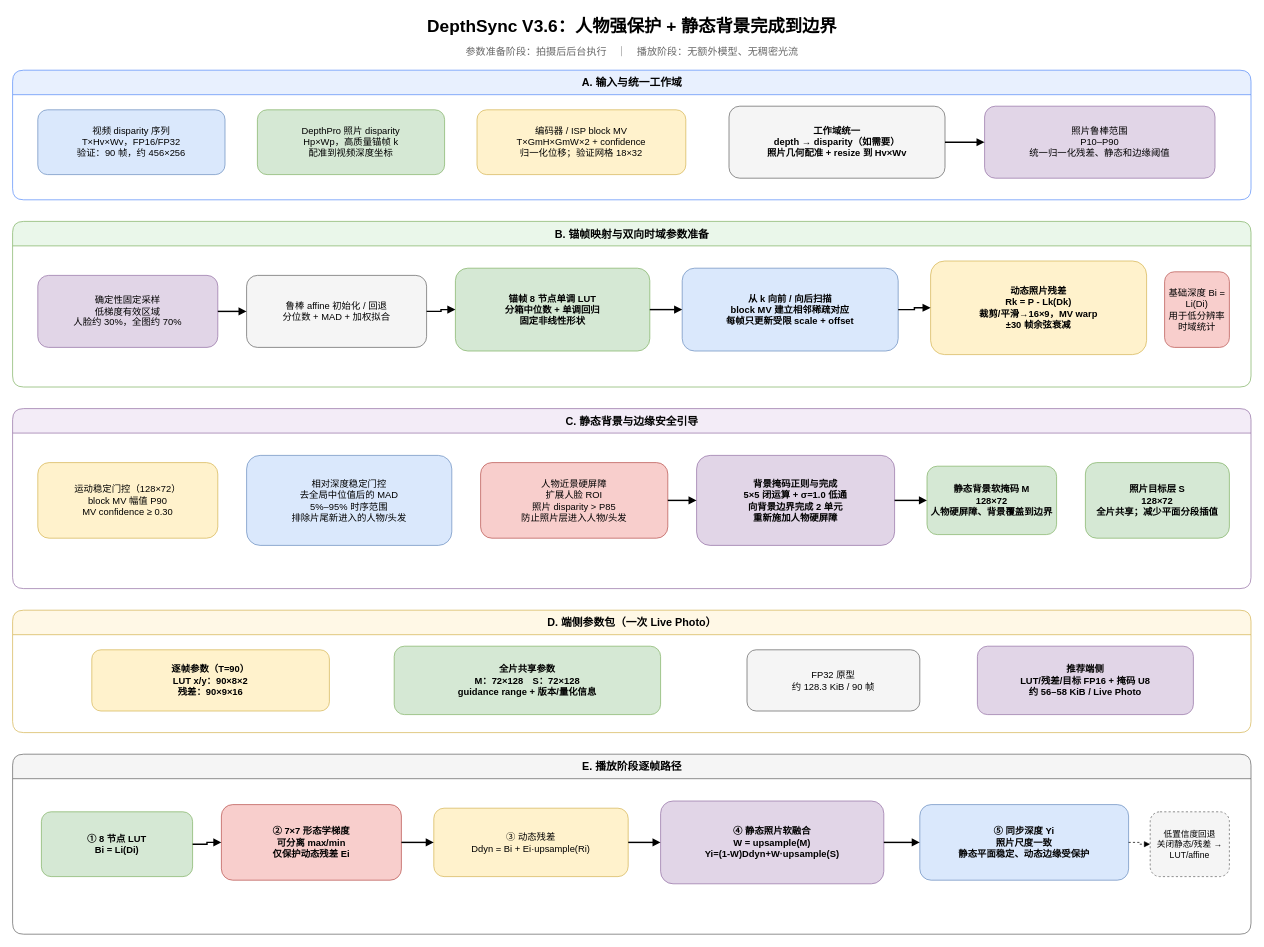
Earlier version of the draw.io diagram docs/depthsync-flow.drawio (luckystone60/DepthSync). Source tidied: cells renumbered, new cells numbered last; positions are measured from the earlier drawing's top-left corner, leaving out a move shared by most shapes. Both pictures are drawn from the tidied source at 72%, with x=0, y=0 at pixel (12, 12).
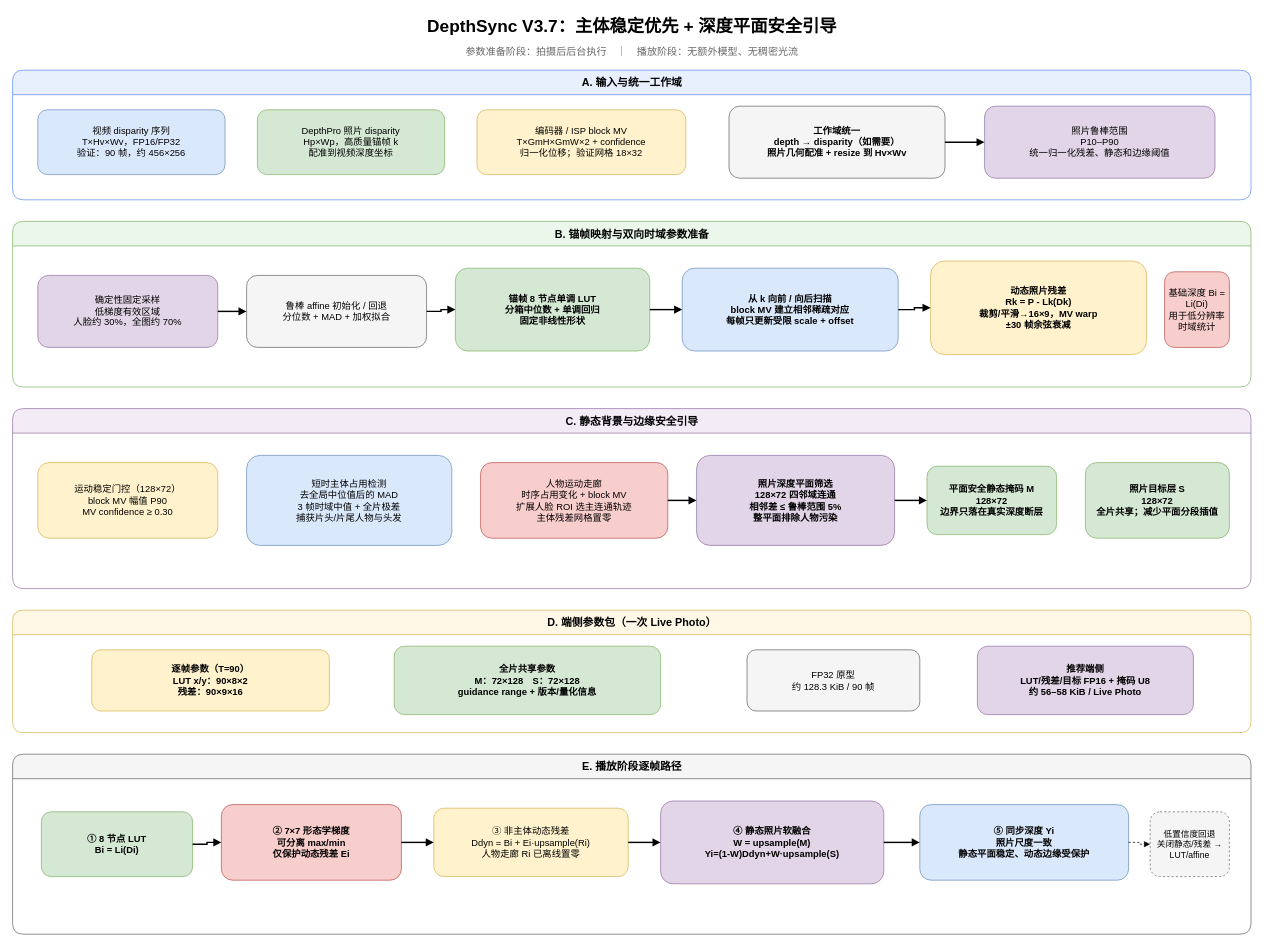
After the change.

Unchanged cells that the change refers to:
```xml
<mxCell id="17" value="C. 静态背景与边缘安全引导" style="swimlane;html=1;startSize=34;rounded=1;fillColor=#F3ECF7;strokeColor=#9673A6;fontStyle=1;fontSize=15;" parent="1" vertex="1">
  <mxGeometry y="550" width="1720" height="250" as="geometry" />
</mxCell>
<mxCell id="29" value="E. 播放阶段逐帧路径" style="swimlane;html=1;startSize=34;rounded=1;fillColor=#F5F5F5;strokeColor=#666666;fontStyle=1;fontSize=15;" parent="1" vertex="1">
  <mxGeometry y="1030" width="1720" height="250" as="geometry" />
</mxCell>
```

The edit, as a diff of the source:
```diff
@@
-    <mxCell id="2" value="DepthSync V3.6：人物强保护 + 静态背景完成到边界" style="text;html=1;strokeColor=none;fillColor=none;align=center;verticalAlign=middle;fontSize=24;fontStyle=1;" parent="1" vertex="1">
+    <mxCell id="2" value="DepthSync V3.7：主体稳定优先 + 深度平面安全引导" style="text;html=1;strokeColor=none;fillColor=none;align=center;verticalAlign=middle;fontSize=24;fontStyle=1;" parent="1" vertex="1">
       <mxGeometry x="210" width="1300" height="40" as="geometry" />
     </mxCell>
@@
-    <mxCell id="19" value="相对深度稳定门控&#10;去全局中位值后的 MAD&#10;5%–95% 时序范围&#10;排除片尾新进入的人物/头发" style="rounded=1;whiteSpace=wrap;html=1;fillColor=#DAE8FC;strokeColor=#6C8EBF;fontSize=13;" parent="17" vertex="1">
+    <mxCell id="19" value="短时主体占用检测&#10;去全局中位值后的 MAD&#10;3 帧时域中值 + 全片极差&#10;捕获片头/片尾人物与头发" style="rounded=1;whiteSpace=wrap;html=1;fillColor=#DAE8FC;strokeColor=#6C8EBF;fontSize=13;" parent="17" vertex="1">
       <mxGeometry x="325" y="65" width="285" height="125" as="geometry" />
     </mxCell>
-    <mxCell id="20" value="人物近景硬屏障&#10;扩展人脸 ROI&#10;照片 disparity &gt; P85&#10;防止照片层进入人物/头发" style="rounded=1;whiteSpace=wrap;html=1;fillColor=#F8CECC;strokeColor=#B85450;fontSize=13;" parent="17" vertex="1">
+    <mxCell id="20" value="人物运动走廊&#10;时序占用变化 + block MV&#10;扩展人脸 ROI 选主连通轨迹&#10;主体残差网格置零" style="rounded=1;whiteSpace=wrap;html=1;fillColor=#F8CECC;strokeColor=#B85450;fontSize=13;" parent="17" vertex="1">
       <mxGeometry x="650" y="75" width="260" height="105" as="geometry" />
     </mxCell>
-    <mxCell id="21" value="背景掩码正则与完成&#10;5×5 闭运算 + σ=1.0 低通&#10;向背景边界完成 2 单元&#10;重新施加人物硬屏障" style="rounded=1;whiteSpace=wrap;html=1;fillColor=#E1D5E7;strokeColor=#9673A6;fontSize=13;fontStyle=1;" parent="17" vertex="1">
+    <mxCell id="21" value="照片深度平面筛选&#10;128×72 四邻域连通&#10;相邻差 ≤ 鲁棒范围 5%&#10;整平面排除人物污染" style="rounded=1;whiteSpace=wrap;html=1;fillColor=#E1D5E7;strokeColor=#9673A6;fontSize=13;fontStyle=1;" parent="17" vertex="1">
       <mxGeometry x="950" y="65" width="275" height="125" as="geometry" />
     </mxCell>
-    <mxCell id="22" value="静态背景软掩码 M&#10;128×72&#10;人物硬屏障、背景覆盖到边界" style="rounded=1;whiteSpace=wrap;html=1;fillColor=#D5E8D4;strokeColor=#82B366;fontSize=13;fontStyle=1;" parent="17" vertex="1">
+    <mxCell id="22" value="平面安全静态掩码 M&#10;128×72&#10;边界只落在真实深度断层" style="rounded=1;whiteSpace=wrap;html=1;fillColor=#D5E8D4;strokeColor=#82B366;fontSize=13;fontStyle=1;" parent="17" vertex="1">
       <mxGeometry x="1270" y="80" width="180" height="95" as="geometry" />
     </mxCell>
@@
-    <mxCell id="32" value="③ 动态残差&#10;Ddyn = Bi + Ei·upsample(Ri)" style="rounded=1;whiteSpace=wrap;html=1;fillColor=#FFF2CC;strokeColor=#D6B656;fontSize=13;" parent="29" vertex="1">
+    <mxCell id="32" value="③ 非主体动态残差&#10;Ddyn = Bi + Ei·upsample(Ri)&#10;人物走廊 Ri 已离线置零" style="rounded=1;whiteSpace=wrap;html=1;fillColor=#FFF2CC;strokeColor=#D6B656;fontSize=13;" parent="29" vertex="1">
       <mxGeometry x="585" y="75" width="270" height="95" as="geometry" />
     </mxCell>
```
